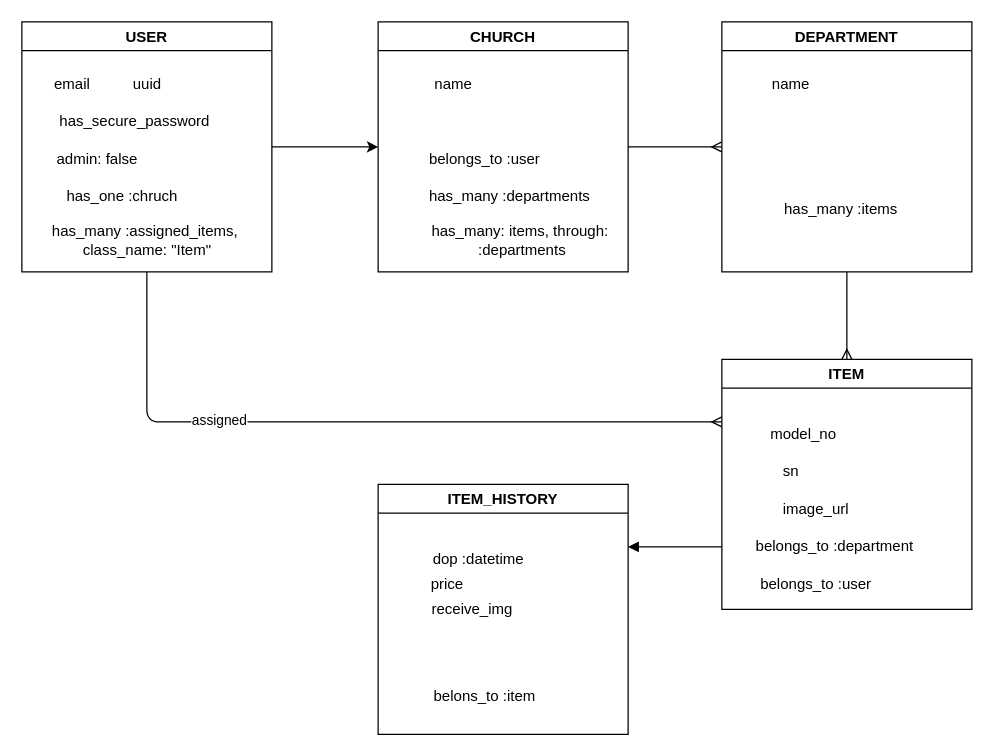
Before: rbd.drawio in JubalThang/phase-5-final-project, a draw.io diagram. Source tidied: cells renumbered, new cells numbered last; positions are measured from the earlier drawing's top-left corner, leaving out a move shared by most shapes. Both pictures are drawn from the tidied source at 125%, with x=0, y=0 at pixel (21, 21).
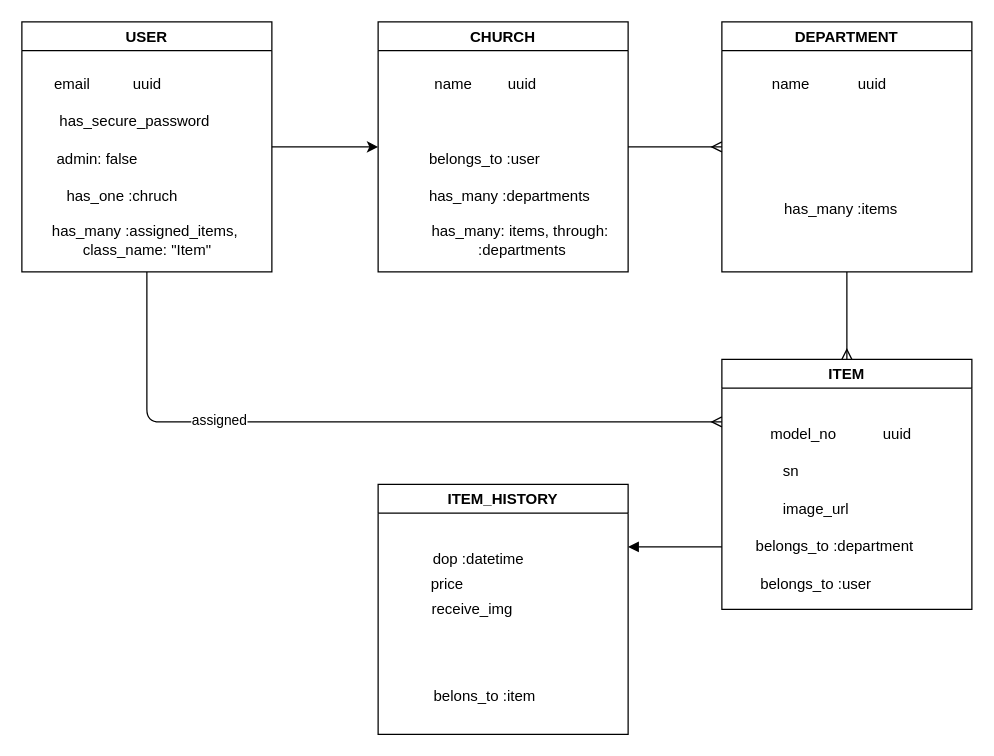
The same page after the edit.

Unchanged cells that the change refers to:
```xml
<mxCell id="23" value="ITEM" style="swimlane;" parent="1" vertex="1">
  <mxGeometry x="560" y="270" width="200" height="200" as="geometry" />
</mxCell>
```

Diff of the diagram source:
```diff
@@
+    <mxCell id="34" value="uuid" style="text;html=1;align=center;verticalAlign=middle;strokeColor=none;fillColor=none;" parent="23" vertex="1">
+      <mxGeometry x="120" y="50" width="40" height="20" as="geometry" />
+    </mxCell>
@@
+    <mxCell id="35" value="uuid" style="text;html=1;align=center;verticalAlign=middle;strokeColor=none;fillColor=none;" parent="1" vertex="1">
+      <mxGeometry x="380" y="40" width="40" height="20" as="geometry" />
+    </mxCell>
+    <mxCell id="36" value="uuid" style="text;html=1;align=center;verticalAlign=middle;strokeColor=none;fillColor=none;" parent="1" vertex="1">
+      <mxGeometry x="660" y="40" width="40" height="20" as="geometry" />
+    </mxCell>
```
